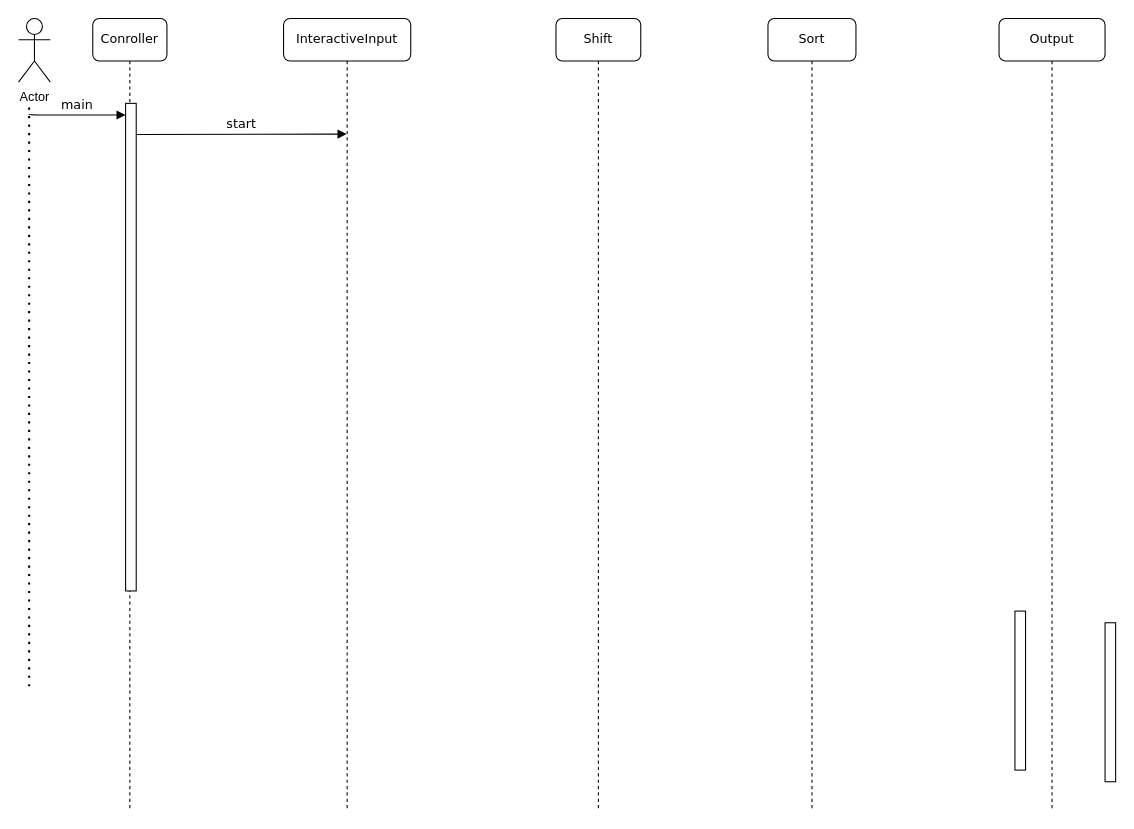
Earlier version of the draw.io diagram HW2Q1.drawio (parveshj/577). Source tidied: cells renumbered, new cells numbered last; positions are measured from the earlier drawing's top-left corner, leaving out a move shared by most shapes. Both pictures are drawn from the tidied source at 106%, with x=0, y=0 at pixel (18, 18).
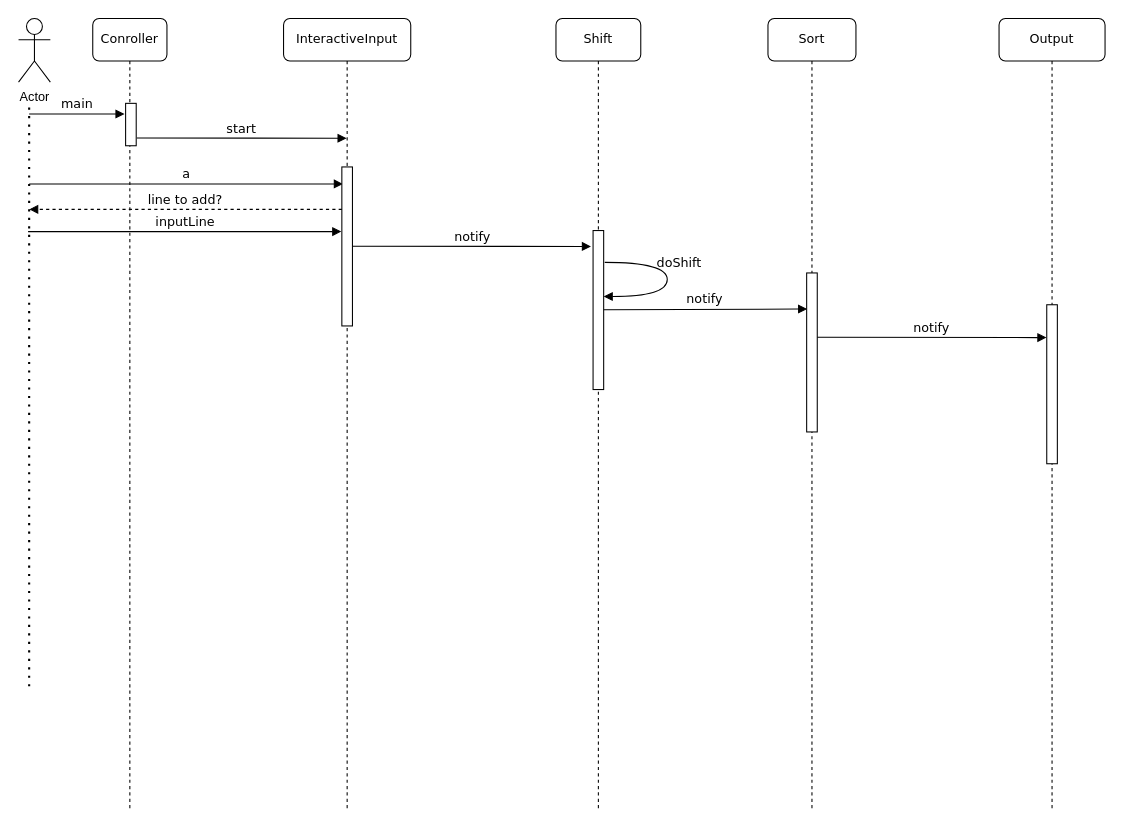
After the change.

Unchanged cells that the change refers to:
```xml
<mxCell id="2" value="InteractiveInput" style="shape=umlLifeline;perimeter=lifelinePerimeter;whiteSpace=wrap;html=1;outlineConnect=0;rounded=1;shadow=0;comic=0;labelBackgroundColor=none;strokeWidth=1;fontFamily=Verdana;fontSize=12;align=center;" parent="1" vertex="1">
  <mxGeometry x="250" width="120" height="747" as="geometry" />
</mxCell>
<mxCell id="6" value="Conroller" style="shape=umlLifeline;perimeter=lifelinePerimeter;whiteSpace=wrap;html=1;rounded=1;shadow=0;comic=0;labelBackgroundColor=none;strokeWidth=1;fontFamily=Verdana;fontSize=12;align=center;" parent="1" vertex="1">
  <mxGeometry x="70" width="70" height="747" as="geometry" />
</mxCell>
```

Diff of the diagram source:
```diff
@@
     <mxCell id="7" style="html=1;points=[];perimeter=orthogonalPerimeter;rounded=0;shadow=0;comic=0;labelBackgroundColor=none;strokeWidth=1;fontFamily=Verdana;fontSize=12;align=center;" parent="6" vertex="1">
-      <mxGeometry x="31" y="80" width="10" height="460" as="geometry" />
+      <mxGeometry x="31" y="80" width="10" height="40" as="geometry" />
     </mxCell>
-    <mxCell id="8" style="html=1;perimeter=orthogonalPerimeter;rounded=0;shadow=0;comic=0;labelBackgroundColor=none;strokeWidth=1;fontFamily=Verdana;fontSize=12;align=center;" parent="1" vertex="1">
-      <mxGeometry x="1025" y="570" width="10" height="150" as="geometry" />
-    </mxCell>
@@
+    <mxCell id="12" value="start" style="html=1;verticalAlign=bottom;endArrow=block;labelBackgroundColor=none;fontFamily=Verdana;fontSize=12;edgeStyle=elbowEdgeStyle;elbow=vertical;exitX=1.06;exitY=0.064;exitDx=0;exitDy=0;exitPerimeter=0;" parent="1" edge="1">
+      <mxGeometry relative="1" as="geometry">
+        <mxPoint x="111.6" y="112.6" as="sourcePoint" />
+        <mxPoint x="309.5" y="112.5" as="targetPoint" />
+      </mxGeometry>
+    </mxCell>
+    <mxCell id="14" value="a" style="html=1;verticalAlign=bottom;endArrow=block;labelBackgroundColor=none;fontFamily=Verdana;fontSize=12;edgeStyle=elbowEdgeStyle;elbow=vertical;entryX=0.1;entryY=0.107;entryDx=0;entryDy=0;entryPerimeter=0;" parent="1" edge="1" target="15">
+      <mxGeometry relative="1" as="geometry">
+        <mxPoint x="10" y="156" as="sourcePoint" />
+      </mxGeometry>
+    </mxCell>
+    <mxCell id="15" style="html=1;points=[];perimeter=orthogonalPerimeter;rounded=0;shadow=0;comic=0;labelBackgroundColor=none;strokeWidth=1;fontFamily=Verdana;fontSize=12;align=center;" parent="1" vertex="1">
+      <mxGeometry x="305" y="140" width="10" height="150" as="geometry" />
+    </mxCell>
+    <mxCell id="16" value="notify" style="html=1;verticalAlign=bottom;endArrow=block;labelBackgroundColor=none;fontFamily=Verdana;fontSize=12;edgeStyle=elbowEdgeStyle;elbow=vertical;" parent="1" edge="1">
+      <mxGeometry relative="1" as="geometry">
+        <mxPoint x="315" y="214.8" as="sourcePoint" />
+        <mxPoint x="540" y="215" as="targetPoint" />
+      </mxGeometry>
+    </mxCell>
+    <mxCell id="17" style="html=1;points=[];perimeter=orthogonalPerimeter;rounded=0;shadow=0;comic=0;labelBackgroundColor=none;strokeWidth=1;fontFamily=Verdana;fontSize=12;align=center;" parent="1" vertex="1">
+      <mxGeometry x="542" y="200" width="10" height="150" as="geometry" />
+    </mxCell>
+    <mxCell id="18" value="line to add?" style="html=1;verticalAlign=bottom;endArrow=block;labelBackgroundColor=none;fontFamily=Verdana;fontSize=12;edgeStyle=elbowEdgeStyle;elbow=vertical;exitX=0;exitY=0.267;exitDx=0;exitDy=0;exitPerimeter=0;dashed=1;" parent="1" edge="1" source="15">
+      <mxGeometry relative="1" as="geometry">
+        <mxPoint x="10" y="180" as="targetPoint" />
+        <Array as="points">
+          <mxPoint x="140" y="180" />
+        </Array>
+      </mxGeometry>
+    </mxCell>
+    <mxCell id="19" value="inputLine" style="html=1;verticalAlign=bottom;endArrow=block;labelBackgroundColor=none;fontFamily=Verdana;fontSize=12;edgeStyle=elbowEdgeStyle;elbow=vertical;entryX=-0.05;entryY=0.397;entryDx=0;entryDy=0;entryPerimeter=0;" parent="1" edge="1">
+      <mxGeometry relative="1" as="geometry">
+        <mxPoint x="9" y="201" as="sourcePoint" />
+        <mxPoint x="304.5" y="200.5" as="targetPoint" />
+      </mxGeometry>
+    </mxCell>
+    <mxCell id="20" value="notify" style="html=1;verticalAlign=bottom;endArrow=block;labelBackgroundColor=none;fontFamily=Verdana;fontSize=12;edgeStyle=elbowEdgeStyle;elbow=vertical;entryX=0.05;entryY=0.227;entryDx=0;entryDy=0;entryPerimeter=0;" parent="1" edge="1" target="21">
+      <mxGeometry relative="1" as="geometry">
+        <mxPoint x="552" y="274.8" as="sourcePoint" />
+      </mxGeometry>
+    </mxCell>
+    <mxCell id="21" style="html=1;points=[];perimeter=orthogonalPerimeter;rounded=0;shadow=0;comic=0;labelBackgroundColor=none;strokeWidth=1;fontFamily=Verdana;fontSize=12;align=center;" parent="1" vertex="1">
+      <mxGeometry x="743.5" y="240" width="10" height="150" as="geometry" />
+    </mxCell>
+    <mxCell id="22" value="doShift" style="html=1;verticalAlign=bottom;endArrow=block;labelBackgroundColor=none;fontFamily=Verdana;fontSize=12;elbow=vertical;edgeStyle=orthogonalEdgeStyle;curved=1;exitX=1.1;exitY=0.2;exitDx=0;exitDy=0;exitPerimeter=0;" parent="1" edge="1" source="17">
+      <mxGeometry x="-0.09" y="11" relative="1" as="geometry">
+        <mxPoint x="552" y="262.2" as="targetPoint" />
+        <Array as="points">
+          <mxPoint x="612" y="230" />
+          <mxPoint x="612" y="262" />
+        </Array>
+      </mxGeometry>
+    </mxCell>
+    <mxCell id="23" style="html=1;points=[];perimeter=orthogonalPerimeter;rounded=0;shadow=0;comic=0;labelBackgroundColor=none;strokeWidth=1;fontFamily=Verdana;fontSize=12;align=center;" parent="1" vertex="1">
+      <mxGeometry x="970" y="270" width="10" height="150" as="geometry" />
+    </mxCell>
+    <mxCell id="24" value="notify" style="html=1;verticalAlign=bottom;endArrow=block;labelBackgroundColor=none;fontFamily=Verdana;fontSize=12;edgeStyle=elbowEdgeStyle;elbow=vertical;entryX=-0.029;entryY=0.204;entryDx=0;entryDy=0;entryPerimeter=0;" parent="1" edge="1" target="23">
+      <mxGeometry relative="1" as="geometry">
+        <mxPoint x="753.5" y="300.7" as="sourcePoint" />
+      </mxGeometry>
+    </mxCell>
-    <mxCell id="11" value="main" style="html=1;verticalAlign=bottom;endArrow=block;labelBackgroundColor=none;fontFamily=Verdana;fontSize=12;edgeStyle=elbowEdgeStyle;elbow=vertical;entryX=0;entryY=0.024;entryDx=0;entryDy=0;entryPerimeter=0;" parent="1" edge="1" target="7">
+    <mxCell id="11" value="main" style="html=1;verticalAlign=bottom;endArrow=block;labelBackgroundColor=none;fontFamily=Verdana;fontSize=12;edgeStyle=elbowEdgeStyle;elbow=horizontal;exitX=1.06;exitY=0.064;exitDx=0;exitDy=0;exitPerimeter=0;" parent="1" edge="1">
       <mxGeometry relative="1" as="geometry">
         <mxPoint x="10" y="90" as="sourcePoint" />
+        <mxPoint x="100" y="90" as="targetPoint" />
       </mxGeometry>
     </mxCell>
-    <mxCell id="12" value="start" style="html=1;verticalAlign=bottom;endArrow=block;labelBackgroundColor=none;fontFamily=Verdana;fontSize=12;edgeStyle=elbowEdgeStyle;elbow=vertical;exitX=1.06;exitY=0.064;exitDx=0;exitDy=0;exitPerimeter=0;" parent="1" edge="1" source="7" target="2">
-      <mxGeometry relative="1" as="geometry" />
-    </mxCell>
-    <mxCell id="13" style="html=1;perimeter=orthogonalPerimeter;rounded=0;shadow=0;comic=0;labelBackgroundColor=none;strokeWidth=1;fontFamily=Verdana;fontSize=12;align=center;" parent="1" vertex="1">
-      <mxGeometry x="940" y="559" width="10" height="150" as="geometry" />
-    </mxCell>
```
